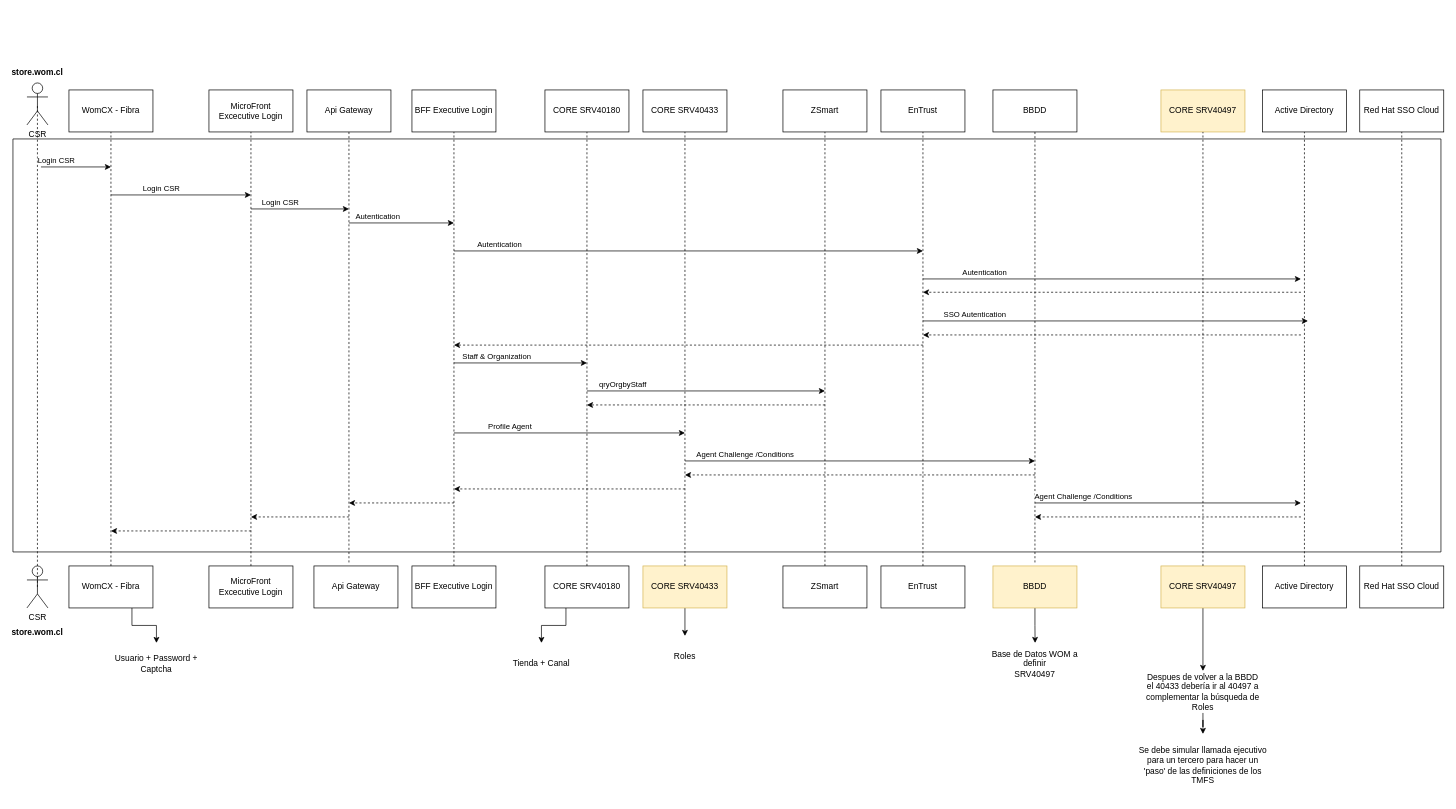
This is page "UML" (1 of 2) of LoginLayer.drawio from linosnt/womCX, a draw.io file, before an edit. Source tidied: cells renumbered, new cells numbered last; positions are measured from the earlier drawing's top-left corner, leaving out a move shared by most shapes. Both pictures are drawn from the tidied source at 70%, with x=0, y=0 at pixel (13, 62).
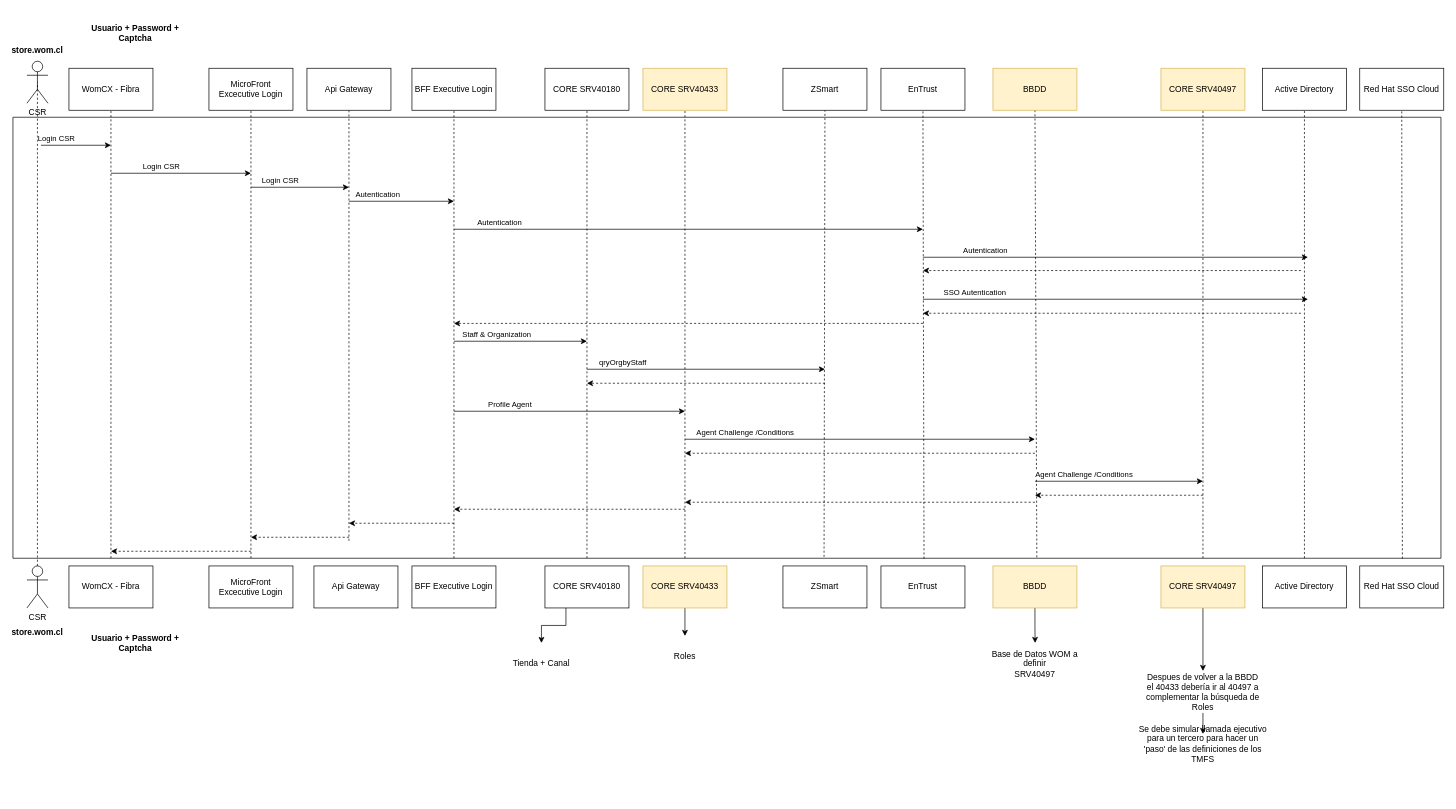
The same page after the edit.

The change refers to these unchanged cells:
```xml
<mxCell id="45" value="WomCX - Fibra" style="rounded=0;whiteSpace=wrap;html=1;" parent="1" vertex="1">
  <mxGeometry x="80" y="720" width="120" height="60" as="geometry" />
</mxCell>
<mxCell id="46" value="MicroFront Excecutive Login" style="rounded=0;whiteSpace=wrap;html=1;" parent="1" vertex="1">
  <mxGeometry x="280" y="720" width="120" height="60" as="geometry" />
</mxCell>
<mxCell id="47" value="BFF Executive Login" style="rounded=0;whiteSpace=wrap;html=1;" parent="1" vertex="1">
  <mxGeometry x="570" y="720" width="120" height="60" as="geometry" />
</mxCell>
<mxCell id="49" value="CORE SRV40180" style="rounded=0;whiteSpace=wrap;html=1;" parent="1" vertex="1">
  <mxGeometry x="760" y="720" width="120" height="60" as="geometry" />
</mxCell>
<mxCell id="51" value="CORE SRV40433" style="rounded=0;whiteSpace=wrap;html=1;fillColor=#fff2cc;strokeColor=#d6b656;" parent="1" vertex="1">
  <mxGeometry x="900" y="720" width="120" height="60" as="geometry" />
</mxCell>
<mxCell id="52" value="ZSmart" style="rounded=0;whiteSpace=wrap;html=1;" parent="1" vertex="1">
  <mxGeometry x="1100" y="720" width="120" height="60" as="geometry" />
</mxCell>
<mxCell id="53" value="EnTrust" style="rounded=0;whiteSpace=wrap;html=1;" parent="1" vertex="1">
  <mxGeometry x="1240" y="720" width="120" height="60" as="geometry" />
</mxCell>
<mxCell id="54" value="Active Directory" style="rounded=0;whiteSpace=wrap;html=1;" parent="1" vertex="1">
  <mxGeometry x="1785" y="720" width="120" height="60" as="geometry" />
</mxCell>
<mxCell id="55" value="Red Hat SSO Cloud" style="rounded=0;whiteSpace=wrap;html=1;" parent="1" vertex="1">
  <mxGeometry x="1924" y="720" width="120" height="60" as="geometry" />
</mxCell>
<mxCell id="66" value="CSR" style="shape=umlActor;verticalLabelPosition=bottom;verticalAlign=top;html=1;outlineConnect=0;" parent="1" vertex="1">
  <mxGeometry x="20" y="720" width="30" height="60" as="geometry" />
</mxCell>
<mxCell id="80" value="Despues de volver a la BBDD el 40433 debería ir al 40497 a complementar la búsqueda de Roles&lt;br&gt;" style="text;html=1;strokeColor=none;fillColor=none;align=center;verticalAlign=middle;whiteSpace=wrap;rounded=0;" parent="1" vertex="1">
  <mxGeometry x="1615" y="870" width="170" height="60" as="geometry" />
</mxCell>
<mxCell id="83" value="CORE SRV40497" style="rounded=0;whiteSpace=wrap;html=1;fillColor=#fff2cc;strokeColor=#d6b656;" parent="1" vertex="1">
  <mxGeometry x="1640" y="720" width="120" height="60" as="geometry" />
</mxCell>
```

What changed in the source:
```diff
@@
     <mxCell id="2" style="swimlane;startSize=0;" parent="1" vertex="1">
-      <mxGeometry y="110" width="2040" height="590" as="geometry" />
+      <mxGeometry y="79" width="2040" height="630" as="geometry" />
     </mxCell>
@@
     <mxCell id="4" style="endArrow=classic;html=1;rounded=0;labelBackgroundColor=default;strokeColor=default;fontFamily=Helvetica;fontSize=11;fontColor=default;shape=connector;dashed=1;" parent="2" edge="1">
       <mxGeometry relative="1" as="geometry">
-        <mxPoint x="960" y="500" as="sourcePoint" />
-        <mxPoint x="630" y="500" as="targetPoint" />
+        <mxPoint x="960" y="560" as="sourcePoint" />
+        <mxPoint x="630" y="560" as="targetPoint" />
       </mxGeometry>
     </mxCell>
@@
     <mxCell id="13" style="endArrow=classic;html=1;rounded=0;labelBackgroundColor=default;strokeColor=default;fontFamily=Helvetica;fontSize=11;fontColor=default;shape=connector;dashed=1;" parent="2" edge="1">
       <mxGeometry relative="1" as="geometry">
-        <mxPoint x="630" y="520" as="sourcePoint" />
-        <mxPoint x="480" y="520" as="targetPoint" />
+        <mxPoint x="630" y="580" as="sourcePoint" />
+        <mxPoint x="480" y="580" as="targetPoint" />
       </mxGeometry>
     </mxCell>
     <mxCell id="14" style="endArrow=classic;html=1;rounded=0;labelBackgroundColor=default;strokeColor=default;fontFamily=Helvetica;fontSize=11;fontColor=default;shape=connector;dashed=1;" parent="2" edge="1">
       <mxGeometry relative="1" as="geometry">
-        <mxPoint x="340" y="560" as="sourcePoint" />
-        <mxPoint x="140" y="560" as="targetPoint" />
+        <mxPoint x="340" y="620" as="sourcePoint" />
+        <mxPoint x="140" y="620" as="targetPoint" />
       </mxGeometry>
     </mxCell>
@@
     <mxCell id="24" style="endArrow=classic;html=1;rounded=0;" parent="2" edge="1">
       <mxGeometry relative="1" as="geometry">
         <mxPoint x="1300" y="200" as="sourcePoint" />
-        <mxPoint x="1840" y="200" as="targetPoint" />
+        <mxPoint x="1850" y="200" as="targetPoint" />
       </mxGeometry>
     </mxCell>
@@
-    <mxCell id="28" style="endArrow=none;dashed=1;html=1;rounded=0;entryX=0.5;entryY=1;entryDx=0;entryDy=0;" parent="2" edge="1">
+    <mxCell id="28" style="endArrow=none;dashed=1;html=1;rounded=0;entryX=0.5;entryY=1;entryDx=0;entryDy=0;exitX=0.717;exitY=0.998;exitDx=0;exitDy=0;exitPerimeter=0;" parent="2" edge="1" source="2">
       <mxGeometry relative="1" as="geometry">
-        <mxPoint x="1460" y="605" as="sourcePoint" />
         <mxPoint x="1460" y="-15" as="targetPoint" />
       </mxGeometry>
     </mxCell>
     <mxCell id="29" style="endArrow=classic;html=1;rounded=0;labelBackgroundColor=default;strokeColor=default;fontFamily=Helvetica;fontSize=11;fontColor=default;shape=connector;" parent="2" edge="1">
       <mxGeometry relative="1" as="geometry">
         <mxPoint x="1460" y="520" as="sourcePoint" />
-        <mxPoint x="1840" y="520" as="targetPoint" />
+        <mxPoint x="1700" y="520" as="targetPoint" />
       </mxGeometry>
     </mxCell>
     <mxCell id="30" value="&lt;div&gt;Agent Challenge /Conditions&lt;/div&gt;" style="edgeLabel;html=1;align=center;verticalAlign=middle;fontSize=11;fontFamily=Helvetica;fontColor=default;" parent="29" vertex="1">
       <mxGeometry x="-0.73" relative="1" as="geometry">
-        <mxPoint x="17" y="-10" as="offset" />
+        <mxPoint x="37" y="-10" as="offset" />
       </mxGeometry>
     </mxCell>
     <mxCell id="31" style="endArrow=classic;html=1;rounded=0;labelBackgroundColor=default;strokeColor=default;fontFamily=Helvetica;fontSize=11;fontColor=default;shape=connector;dashed=1;" parent="2" edge="1">
       <mxGeometry relative="1" as="geometry">
-        <mxPoint x="1840" y="540" as="sourcePoint" />
+        <mxPoint x="1700" y="540" as="sourcePoint" />
         <mxPoint x="1460" y="540" as="targetPoint" />
       </mxGeometry>
     </mxCell>
@@
     <mxCell id="33" style="endArrow=classic;html=1;rounded=0;labelBackgroundColor=default;strokeColor=default;fontFamily=Helvetica;fontSize=11;fontColor=default;shape=connector;dashed=1;" parent="2" edge="1">
       <mxGeometry relative="1" as="geometry">
-        <mxPoint x="480" y="540" as="sourcePoint" />
-        <mxPoint x="340" y="540" as="targetPoint" />
+        <mxPoint x="480" y="600" as="sourcePoint" />
+        <mxPoint x="340" y="600" as="targetPoint" />
       </mxGeometry>
     </mxCell>
@@
+    <mxCell id="87" style="endArrow=classic;html=1;rounded=0;labelBackgroundColor=default;strokeColor=default;fontFamily=Helvetica;fontSize=11;fontColor=default;shape=connector;dashed=1;" parent="2" edge="1">
+      <mxGeometry relative="1" as="geometry">
+        <mxPoint x="1460" y="550" as="sourcePoint" />
+        <mxPoint x="960" y="550" as="targetPoint" />
+      </mxGeometry>
+    </mxCell>
     <mxCell id="35" value="WomCX - Fibra" style="rounded=0;whiteSpace=wrap;html=1;" parent="1" vertex="1">
-      <mxGeometry x="80" y="40" width="120" height="60" as="geometry" />
+      <mxGeometry x="80" y="9" width="120" height="60" as="geometry" />
     </mxCell>
     <mxCell id="36" value="MicroFront Excecutive Login" style="rounded=0;whiteSpace=wrap;html=1;" parent="1" vertex="1">
-      <mxGeometry x="280" y="40" width="120" height="60" as="geometry" />
+      <mxGeometry x="280" y="9" width="120" height="60" as="geometry" />
     </mxCell>
     <mxCell id="37" value="BFF Executive Login" style="rounded=0;whiteSpace=wrap;html=1;" parent="1" vertex="1">
-      <mxGeometry x="570" y="40" width="120" height="60" as="geometry" />
+      <mxGeometry x="570" y="9" width="120" height="60" as="geometry" />
     </mxCell>
     <mxCell id="38" value="CORE SRV40180" style="rounded=0;whiteSpace=wrap;html=1;" parent="1" vertex="1">
-      <mxGeometry x="760" y="40" width="120" height="60" as="geometry" />
+      <mxGeometry x="760" y="9" width="120" height="60" as="geometry" />
     </mxCell>
-    <mxCell id="39" value="CORE SRV40433" style="rounded=0;whiteSpace=wrap;html=1;" parent="1" vertex="1">
-      <mxGeometry x="900" y="40" width="120" height="60" as="geometry" />
+    <mxCell id="39" value="CORE SRV40433" style="rounded=0;whiteSpace=wrap;html=1;fillColor=#fff2cc;strokeColor=#d6b656;" parent="1" vertex="1">
+      <mxGeometry x="900" y="9" width="120" height="60" as="geometry" />
     </mxCell>
     <mxCell id="40" value="ZSmart" style="rounded=0;whiteSpace=wrap;html=1;" parent="1" vertex="1">
-      <mxGeometry x="1100" y="40" width="120" height="60" as="geometry" />
+      <mxGeometry x="1100" y="9" width="120" height="60" as="geometry" />
     </mxCell>
     <mxCell id="41" value="EnTrust" style="rounded=0;whiteSpace=wrap;html=1;" parent="1" vertex="1">
-      <mxGeometry x="1240" y="40" width="120" height="60" as="geometry" />
+      <mxGeometry x="1240" y="9" width="120" height="60" as="geometry" />
     </mxCell>
     <mxCell id="42" value="Active Directory" style="rounded=0;whiteSpace=wrap;html=1;" parent="1" vertex="1">
-      <mxGeometry x="1785" y="40" width="120" height="60" as="geometry" />
+      <mxGeometry x="1785" y="9" width="120" height="60" as="geometry" />
     </mxCell>
     <mxCell id="43" value="Red Hat SSO Cloud" style="rounded=0;whiteSpace=wrap;html=1;" parent="1" vertex="1">
-      <mxGeometry x="1924" y="40" width="120" height="60" as="geometry" />
+      <mxGeometry x="1924" y="9" width="120" height="60" as="geometry" />
     </mxCell>
-    <mxCell id="44" style="edgeStyle=orthogonalEdgeStyle;rounded=0;jettySize=auto;html=1;exitX=0.75;exitY=1;exitDx=0;exitDy=0;entryX=0.5;entryY=0;entryDx=0;entryDy=0;" parent="1" edge="1" source="45" target="71">
-      <mxGeometry relative="1" as="geometry" />
-    </mxCell>
@@
-    <mxCell id="56" style="endArrow=none;dashed=1;html=1;rounded=0;entryX=0.5;entryY=1;entryDx=0;entryDy=0;exitX=0.5;exitY=0;exitDx=0;exitDy=0;" parent="1" edge="1" source="45" target="35">
-      <mxGeometry relative="1" as="geometry" />
+    <mxCell id="56" style="endArrow=none;dashed=1;html=1;rounded=0;entryX=0.5;entryY=1;entryDx=0;entryDy=0;" parent="1" edge="1" target="35">
+      <mxGeometry relative="1" as="geometry">
+        <mxPoint x="140" y="709" as="sourcePoint" />
+      </mxGeometry>
     </mxCell>
-    <mxCell id="57" style="endArrow=none;dashed=1;html=1;rounded=0;entryX=0.5;entryY=1;entryDx=0;entryDy=0;exitX=0.5;exitY=0;exitDx=0;exitDy=0;" parent="1" edge="1" source="46" target="36">
-      <mxGeometry relative="1" as="geometry" />
+    <mxCell id="57" style="endArrow=none;dashed=1;html=1;rounded=0;entryX=0.5;entryY=1;entryDx=0;entryDy=0;" parent="1" edge="1" target="36">
+      <mxGeometry relative="1" as="geometry">
+        <mxPoint x="340" y="709" as="sourcePoint" />
+      </mxGeometry>
     </mxCell>
-    <mxCell id="58" style="endArrow=none;dashed=1;html=1;rounded=0;entryX=0.5;entryY=1;entryDx=0;entryDy=0;exitX=0.5;exitY=0;exitDx=0;exitDy=0;" parent="1" edge="1" source="47" target="37">
-      <mxGeometry relative="1" as="geometry" />
+    <mxCell id="58" style="endArrow=none;dashed=1;html=1;rounded=0;entryX=0.5;entryY=1;entryDx=0;entryDy=0;" parent="1" edge="1" target="37">
+      <mxGeometry relative="1" as="geometry">
+        <mxPoint x="630" y="709" as="sourcePoint" />
+      </mxGeometry>
     </mxCell>
-    <mxCell id="59" style="endArrow=none;dashed=1;html=1;rounded=0;entryX=0.5;entryY=1;entryDx=0;entryDy=0;exitX=0.5;exitY=0;exitDx=0;exitDy=0;" parent="1" edge="1" source="49" target="38">
-      <mxGeometry relative="1" as="geometry" />
+    <mxCell id="59" style="endArrow=none;dashed=1;html=1;rounded=0;entryX=0.5;entryY=1;entryDx=0;entryDy=0;" parent="1" edge="1" target="38">
+      <mxGeometry relative="1" as="geometry">
+        <mxPoint x="820" y="709" as="sourcePoint" />
+      </mxGeometry>
     </mxCell>
-    <mxCell id="60" style="endArrow=none;dashed=1;html=1;rounded=0;entryX=0.5;entryY=1;entryDx=0;entryDy=0;exitX=0.5;exitY=0;exitDx=0;exitDy=0;" parent="1" edge="1" source="51" target="39">
-      <mxGeometry relative="1" as="geometry" />
+    <mxCell id="60" style="endArrow=none;dashed=1;html=1;rounded=0;entryX=0.5;entryY=1;entryDx=0;entryDy=0;" parent="1" edge="1" target="39">
+      <mxGeometry relative="1" as="geometry">
+        <mxPoint x="960" y="709" as="sourcePoint" />
+      </mxGeometry>
     </mxCell>
-    <mxCell id="61" style="endArrow=none;dashed=1;html=1;rounded=0;entryX=0.5;entryY=1;entryDx=0;entryDy=0;exitX=0.5;exitY=0;exitDx=0;exitDy=0;" parent="1" edge="1" source="52" target="40">
+    <mxCell id="61" style="endArrow=none;dashed=1;html=1;rounded=0;entryX=0.5;entryY=1;entryDx=0;entryDy=0;exitX=0.568;exitY=0.997;exitDx=0;exitDy=0;exitPerimeter=0;" parent="1" edge="1" source="2" target="40">
       <mxGeometry relative="1" as="geometry" />
     </mxCell>
-    <mxCell id="62" style="endArrow=none;dashed=1;html=1;rounded=0;entryX=0.5;entryY=1;entryDx=0;entryDy=0;" parent="1" edge="1" source="53" target="41">
+    <mxCell id="62" style="endArrow=none;dashed=1;html=1;rounded=0;entryX=0.5;entryY=1;entryDx=0;entryDy=0;exitX=0.638;exitY=1.001;exitDx=0;exitDy=0;exitPerimeter=0;" parent="1" edge="1" source="2" target="41">
       <mxGeometry relative="1" as="geometry" />
     </mxCell>
-    <mxCell id="63" style="endArrow=none;dashed=1;html=1;rounded=0;entryX=0.5;entryY=1;entryDx=0;entryDy=0;exitX=0.5;exitY=0;exitDx=0;exitDy=0;" parent="1" edge="1" source="54" target="42">
-      <mxGeometry relative="1" as="geometry" />
+    <mxCell id="63" style="endArrow=none;dashed=1;html=1;rounded=0;entryX=0.5;entryY=1;entryDx=0;entryDy=0;" parent="1" edge="1" target="42">
+      <mxGeometry relative="1" as="geometry">
+        <mxPoint x="1845" y="709" as="sourcePoint" />
+      </mxGeometry>
     </mxCell>
-    <mxCell id="64" style="endArrow=none;dashed=1;html=1;rounded=0;entryX=0.5;entryY=1;entryDx=0;entryDy=0;" parent="1" edge="1" source="55" target="43">
+    <mxCell id="64" style="endArrow=none;dashed=1;html=1;rounded=0;entryX=0.5;entryY=1;entryDx=0;entryDy=0;exitX=0.973;exitY=1.001;exitDx=0;exitDy=0;exitPerimeter=0;" parent="1" edge="1" source="2" target="43">
       <mxGeometry relative="1" as="geometry" />
     </mxCell>
     <mxCell id="65" value="CSR" style="shape=umlActor;verticalLabelPosition=bottom;verticalAlign=top;html=1;outlineConnect=0;" parent="1" vertex="1">
-      <mxGeometry x="20" y="30" width="30" height="60" as="geometry" />
+      <mxGeometry x="20" y="-1" width="30" height="60" as="geometry" />
     </mxCell>
@@
-    <mxCell id="67" style="endArrow=none;dashed=1;html=1;rounded=0;entryX=0.5;entryY=0.5;entryDx=0;entryDy=0;exitX=0.5;exitY=0.5;exitDx=0;exitDy=0;entryPerimeter=0;exitPerimeter=0;" parent="1" edge="1" source="66" target="65">
+    <mxCell id="67" style="endArrow=none;dashed=1;html=1;rounded=0;entryX=0.5;entryY=0.5;entryDx=0;entryDy=0;exitX=0.5;exitY=0;exitDx=0;exitDy=0;entryPerimeter=0;exitPerimeter=0;" parent="1" edge="1" source="66" target="65">
       <mxGeometry relative="1" as="geometry" />
     </mxCell>
     <mxCell id="68" value="Login CSR" style="endArrow=classic;html=1;rounded=0;verticalAlign=bottom;align=right;" parent="1" edge="1">
       <mxGeometry relative="1" as="geometry">
-        <mxPoint x="40" y="150" as="sourcePoint" />
-        <mxPoint x="140" y="150" as="targetPoint" />
+        <mxPoint x="40" y="119" as="sourcePoint" />
+        <mxPoint x="140" y="119" as="targetPoint" />
       </mxGeometry>
     </mxCell>
     <mxCell id="69" value="store.wom.cl" style="text;html=1;strokeColor=none;fillColor=none;align=center;verticalAlign=middle;whiteSpace=wrap;rounded=0;fontStyle=1;" parent="1" vertex="1">
-      <mxGeometry x="5" width="60" height="30" as="geometry" />
+      <mxGeometry x="5" y="-31" width="60" height="30" as="geometry" />
     </mxCell>
@@
-    <mxCell id="71" value="Usuario + Password + Captcha" style="text;html=1;strokeColor=none;fillColor=none;align=center;verticalAlign=middle;whiteSpace=wrap;rounded=0;" parent="1" vertex="1">
-      <mxGeometry x="130" y="830" width="150" height="60" as="geometry" />
+    <mxCell id="71" value="Usuario + Password + Captcha" style="text;html=1;strokeColor=none;fillColor=none;align=center;verticalAlign=middle;whiteSpace=wrap;rounded=0;fontStyle=1;" parent="1" vertex="1">
+      <mxGeometry x="100" y="800" width="150" height="60" as="geometry" />
     </mxCell>
@@
-    <mxCell id="76" value="BBDD" style="rounded=0;whiteSpace=wrap;html=1;" parent="1" vertex="1">
-      <mxGeometry x="1400" y="40" width="120" height="60" as="geometry" />
+    <mxCell id="76" value="BBDD" style="rounded=0;whiteSpace=wrap;html=1;fillColor=#fff2cc;strokeColor=#d6b656;" parent="1" vertex="1">
+      <mxGeometry x="1400" y="9" width="120" height="60" as="geometry" />
     </mxCell>
@@
     <mxCell id="78" value="Api Gateway" style="rounded=0;whiteSpace=wrap;html=1;" parent="1" vertex="1">
-      <mxGeometry x="420" y="40" width="120" height="60" as="geometry" />
+      <mxGeometry x="420" y="9" width="120" height="60" as="geometry" />
     </mxCell>
-    <mxCell id="79" style="edgeStyle=orthogonalEdgeStyle;rounded=0;jettySize=auto;html=1;" parent="1" edge="1" source="80" target="82">
-      <mxGeometry relative="1" as="geometry" />
+    <mxCell id="79" style="edgeStyle=orthogonalEdgeStyle;rounded=0;jettySize=auto;html=1;" parent="1" edge="1" source="80">
+      <mxGeometry relative="1" as="geometry">
+        <mxPoint x="1700" y="960" as="targetPoint" />
+      </mxGeometry>
     </mxCell>
@@
     <mxCell id="82" value="Se debe simular llamada ejecutivo para un tercero para hacer un 'paso' de las definiciones de los TMFS" style="text;html=1;strokeColor=none;fillColor=none;align=center;verticalAlign=middle;whiteSpace=wrap;rounded=0;" parent="1" vertex="1">
-      <mxGeometry x="1605" y="960" width="190" height="90" as="geometry" />
+      <mxGeometry x="1605" y="929" width="190" height="90" as="geometry" />
     </mxCell>
@@
     <mxCell id="84" value="CORE SRV40497" style="rounded=0;whiteSpace=wrap;html=1;fillColor=#fff2cc;strokeColor=#d6b656;" parent="1" vertex="1">
-      <mxGeometry x="1640" y="40" width="120" height="60" as="geometry" />
+      <mxGeometry x="1640" y="9" width="120" height="60" as="geometry" />
     </mxCell>
-    <mxCell id="85" style="endArrow=none;dashed=1;html=1;rounded=0;entryX=0.5;entryY=1;entryDx=0;entryDy=0;exitX=0.5;exitY=0;exitDx=0;exitDy=0;" parent="1" edge="1" source="83" target="84">
-      <mxGeometry relative="1" as="geometry" />
+    <mxCell id="85" style="endArrow=none;dashed=1;html=1;rounded=0;entryX=0.5;entryY=1;entryDx=0;entryDy=0;" parent="1" edge="1" target="84">
+      <mxGeometry relative="1" as="geometry">
+        <mxPoint x="1700" y="709" as="sourcePoint" />
+      </mxGeometry>
     </mxCell>
@@
+    <mxCell id="88" value="Usuario + Password + Captcha" style="text;html=1;strokeColor=none;fillColor=none;align=center;verticalAlign=middle;whiteSpace=wrap;rounded=0;fontStyle=1;" parent="1" vertex="1">
+      <mxGeometry x="100" y="-71" width="150" height="60" as="geometry" />
+    </mxCell>
```
